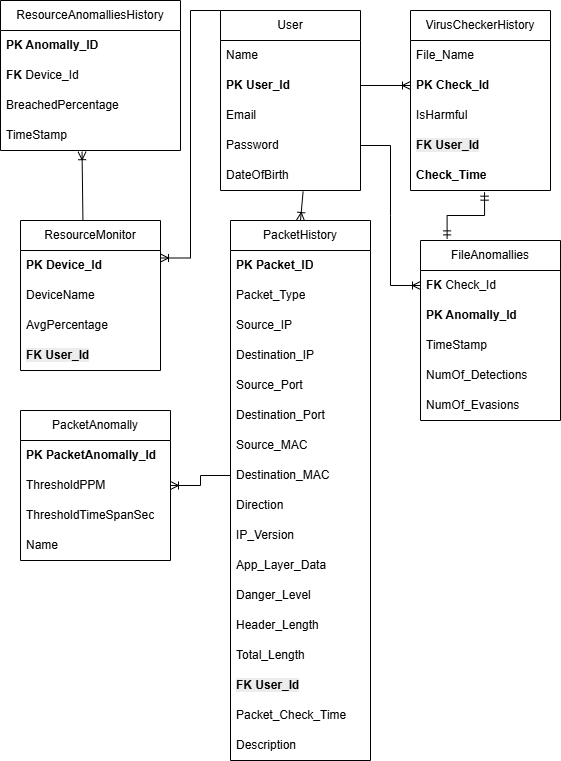
The draw.io diagram הפרוייקט/Recent ERD Diagram.drawio 2.png in EyasSh/WiresharkClone, before a commit. Source tidied: cells renumbered, new cells last; positions are measured from the earlier drawing's top-left corner, leaving out a move shared by most shapes. The source it was exported from:
```xml
<mxGraphModel>
  <root>
    <mxCell id="0" />
    <mxCell id="1" parent="0" />
    <mxCell id="2" value="ResourceMonitor" style="swimlane;fontStyle=0;horizontal=1;startSize=30;whiteSpace=wrap;html=1;" parent="1" vertex="1">
      <mxGeometry x="20" y="220" width="140" height="150" as="geometry" />
    </mxCell>
    <mxCell id="3" value="&lt;b&gt;PK Device_Id&lt;/b&gt;" style="text;strokeColor=none;fillColor=none;align=left;verticalAlign=middle;spacingLeft=4;spacingRight=4;overflow=hidden;whiteSpace=wrap;html=1;" parent="2" vertex="1">
      <mxGeometry y="30" width="140" height="30" as="geometry" />
    </mxCell>
    <mxCell id="4" value="DeviceName" style="text;strokeColor=none;fillColor=none;align=left;verticalAlign=middle;spacingLeft=4;spacingRight=4;overflow=hidden;whiteSpace=wrap;html=1;" parent="2" vertex="1">
      <mxGeometry y="60" width="140" height="30" as="geometry" />
    </mxCell>
    <mxCell id="5" value="AvgPercentage" style="text;strokeColor=none;fillColor=none;align=left;verticalAlign=middle;spacingLeft=4;spacingRight=4;overflow=hidden;whiteSpace=wrap;html=1;" parent="2" vertex="1">
      <mxGeometry y="90" width="140" height="30" as="geometry" />
    </mxCell>
    <mxCell id="6" value="&lt;b style=&quot;forced-color-adjust: none; color: rgb(0, 0, 0); font-family: Helvetica; font-size: 12px; font-style: normal; font-variant-ligatures: normal; font-variant-caps: normal; letter-spacing: normal; orphans: 2; text-align: left; text-indent: 0px; text-transform: none; widows: 2; word-spacing: 0px; -webkit-text-stroke-width: 0px; white-space: normal; background-color: rgb(236, 236, 236); text-decoration-thickness: initial; text-decoration-style: initial; text-decoration-color: initial;&quot;&gt;FK User_Id&lt;/b&gt;" style="text;strokeColor=none;fillColor=none;align=left;verticalAlign=middle;spacingLeft=4;spacingRight=4;overflow=hidden;whiteSpace=wrap;html=1;" parent="2" vertex="1">
      <mxGeometry y="120" width="140" height="30" as="geometry" />
    </mxCell>
    <mxCell id="7" value="User" style="swimlane;fontStyle=0;horizontal=1;startSize=30;whiteSpace=wrap;html=1;" parent="1" vertex="1">
      <mxGeometry x="220" y="10" width="140" height="180" as="geometry" />
    </mxCell>
    <mxCell id="8" value="Name" style="text;strokeColor=none;fillColor=none;align=left;verticalAlign=middle;spacingLeft=4;spacingRight=4;overflow=hidden;whiteSpace=wrap;html=1;" parent="7" vertex="1">
      <mxGeometry y="30" width="140" height="30" as="geometry" />
    </mxCell>
    <mxCell id="9" value="&lt;b&gt;PK User_Id&lt;/b&gt;" style="text;strokeColor=none;fillColor=none;align=left;verticalAlign=middle;spacingLeft=4;spacingRight=4;overflow=hidden;points=[[0,0.5],[1,0.5]];portConstraint=eastwest;whiteSpace=wrap;html=1;" parent="7" vertex="1">
      <mxGeometry y="60" width="140" height="30" as="geometry" />
    </mxCell>
    <mxCell id="10" value="Email" style="text;strokeColor=none;fillColor=none;align=left;verticalAlign=middle;spacingLeft=4;spacingRight=4;overflow=hidden;whiteSpace=wrap;html=1;" parent="7" vertex="1">
      <mxGeometry y="90" width="140" height="30" as="geometry" />
    </mxCell>
    <mxCell id="11" value="Password" style="text;strokeColor=none;fillColor=none;align=left;verticalAlign=middle;spacingLeft=4;spacingRight=4;overflow=hidden;points=[[0,0.5],[1,0.5]];portConstraint=eastwest;whiteSpace=wrap;html=1;" parent="7" vertex="1">
      <mxGeometry y="120" width="140" height="30" as="geometry" />
    </mxCell>
    <mxCell id="12" value="DateOfBirth" style="text;strokeColor=none;fillColor=none;align=left;verticalAlign=middle;spacingLeft=4;spacingRight=4;overflow=hidden;points=[[0,0.5],[1,0.5]];portConstraint=eastwest;whiteSpace=wrap;html=1;" parent="7" vertex="1">
      <mxGeometry y="150" width="140" height="30" as="geometry" />
    </mxCell>
    <mxCell id="13" value="VirusCheckerHistory" style="swimlane;fontStyle=0;horizontal=1;startSize=30;whiteSpace=wrap;html=1;" parent="1" vertex="1">
      <mxGeometry x="410" y="10" width="140" height="180" as="geometry" />
    </mxCell>
    <mxCell id="14" value="File_Name" style="text;strokeColor=none;fillColor=none;align=left;verticalAlign=middle;spacingLeft=4;spacingRight=4;overflow=hidden;whiteSpace=wrap;html=1;" parent="13" vertex="1">
      <mxGeometry y="30" width="140" height="30" as="geometry" />
    </mxCell>
    <mxCell id="15" value="&lt;b&gt;PK Check_Id&lt;/b&gt;" style="text;strokeColor=none;fillColor=none;align=left;verticalAlign=middle;spacingLeft=4;spacingRight=4;overflow=hidden;points=[[0,0.5],[1,0.5]];portConstraint=eastwest;whiteSpace=wrap;html=1;" parent="13" vertex="1">
      <mxGeometry y="60" width="140" height="30" as="geometry" />
    </mxCell>
    <mxCell id="16" value="IsHarmful" style="text;strokeColor=none;fillColor=none;align=left;verticalAlign=middle;spacingLeft=4;spacingRight=4;overflow=hidden;whiteSpace=wrap;html=1;" parent="13" vertex="1">
      <mxGeometry y="90" width="140" height="30" as="geometry" />
    </mxCell>
    <mxCell id="17" value="&lt;b style=&quot;forced-color-adjust: none; color: rgb(0, 0, 0); font-family: Helvetica; font-size: 12px; font-style: normal; font-variant-ligatures: normal; font-variant-caps: normal; letter-spacing: normal; orphans: 2; text-align: left; text-indent: 0px; text-transform: none; widows: 2; word-spacing: 0px; -webkit-text-stroke-width: 0px; white-space: normal; background-color: rgb(236, 236, 236); text-decoration-thickness: initial; text-decoration-style: initial; text-decoration-color: initial;&quot;&gt;FK User_Id&lt;/b&gt;" style="text;strokeColor=none;fillColor=none;align=left;verticalAlign=middle;spacingLeft=4;spacingRight=4;overflow=hidden;whiteSpace=wrap;html=1;" parent="13" vertex="1">
      <mxGeometry y="120" width="140" height="30" as="geometry" />
    </mxCell>
    <mxCell id="18" value="&lt;b&gt;Check_Time&lt;/b&gt;" style="text;strokeColor=none;fillColor=none;align=left;verticalAlign=middle;spacingLeft=4;spacingRight=4;overflow=hidden;points=[[0,0.5],[1,0.5]];portConstraint=eastwest;whiteSpace=wrap;html=1;" parent="13" vertex="1">
      <mxGeometry y="150" width="140" height="30" as="geometry" />
    </mxCell>
    <mxCell id="19" value="PacketHistory" style="swimlane;fontStyle=0;horizontal=1;startSize=30;whiteSpace=wrap;html=1;" parent="1" vertex="1">
      <mxGeometry x="230" y="220" width="140" height="540" as="geometry" />
    </mxCell>
    <mxCell id="20" value="&lt;b&gt;PK Packet_ID&lt;/b&gt;" style="text;strokeColor=none;fillColor=none;align=left;verticalAlign=middle;spacingLeft=4;spacingRight=4;overflow=hidden;whiteSpace=wrap;html=1;" parent="19" vertex="1">
      <mxGeometry y="30" width="140" height="30" as="geometry" />
    </mxCell>
    <mxCell id="21" value="Packet_Type" style="text;strokeColor=none;fillColor=none;align=left;verticalAlign=middle;spacingLeft=4;spacingRight=4;overflow=hidden;whiteSpace=wrap;html=1;" parent="19" vertex="1">
      <mxGeometry y="60" width="140" height="30" as="geometry" />
    </mxCell>
    <mxCell id="22" value="Source_IP" style="text;strokeColor=none;fillColor=none;align=left;verticalAlign=middle;spacingLeft=4;spacingRight=4;overflow=hidden;whiteSpace=wrap;html=1;" parent="19" vertex="1">
      <mxGeometry y="90" width="140" height="30" as="geometry" />
    </mxCell>
    <mxCell id="23" value="Destination_IP" style="text;strokeColor=none;fillColor=none;align=left;verticalAlign=middle;spacingLeft=4;spacingRight=4;overflow=hidden;whiteSpace=wrap;html=1;" parent="19" vertex="1">
      <mxGeometry y="120" width="140" height="30" as="geometry" />
    </mxCell>
    <mxCell id="24" value="Source_Port" style="text;strokeColor=none;fillColor=none;align=left;verticalAlign=middle;spacingLeft=4;spacingRight=4;overflow=hidden;whiteSpace=wrap;html=1;" parent="19" vertex="1">
      <mxGeometry y="150" width="140" height="30" as="geometry" />
    </mxCell>
    <mxCell id="25" value="Destination_Port" style="text;strokeColor=none;fillColor=none;align=left;verticalAlign=middle;spacingLeft=4;spacingRight=4;overflow=hidden;whiteSpace=wrap;html=1;" parent="19" vertex="1">
      <mxGeometry y="180" width="140" height="30" as="geometry" />
    </mxCell>
    <mxCell id="26" value="Source_MAC" style="text;strokeColor=none;fillColor=none;align=left;verticalAlign=middle;spacingLeft=4;spacingRight=4;overflow=hidden;whiteSpace=wrap;html=1;" parent="19" vertex="1">
      <mxGeometry y="210" width="140" height="30" as="geometry" />
    </mxCell>
    <mxCell id="27" value="&lt;span style=&quot;color: rgba(0, 0, 0, 0); font-family: monospace; font-size: 0px; text-wrap-mode: nowrap;&quot;&gt;%3CmxGraphModel%3E%3Croot%3E%3CmxCell%20id%3D%220%22%2F%3E%3CmxCell%20id%3D%221%22%20parent%3D%220%22%2F%3E%3CmxCell%20id%3D%222%22%20value%3D%22Source_MAC%22%20style%3D%22text%3BstrokeColor%3Dnone%3BfillColor%3Dnone%3Balign%3Dleft%3BverticalAlign%3Dmiddle%3BspacingLeft%3D4%3BspacingRight%3D4%3Boverflow%3Dhidden%3Bpoints%3D%5B%5B0%2C0.5%5D%2C%5B1%2C0.5%5D%5D%3BportConstraint%3Deastwest%3Brotatable%3D0%3BwhiteSpace%3Dwrap%3Bhtml%3D1%3B%22%20vertex%3D%221%22%20parent%3D%221%22%3E%3CmxGeometry%20x%3D%2230%22%20y%3D%22440%22%20width%3D%22140%22%20height%3D%2230%22%20as%3D%22geometry%22%2F%3E%3C%2FmxCell%3E%3C%2Froot%3E%3C%2FmxGraphModel%3E&lt;/span&gt;Destination_MAC" style="text;strokeColor=none;fillColor=none;align=left;verticalAlign=middle;spacingLeft=4;spacingRight=4;overflow=hidden;points=[[0,0.5],[1,0.5]];portConstraint=eastwest;whiteSpace=wrap;html=1;" parent="19" vertex="1">
      <mxGeometry y="240" width="140" height="30" as="geometry" />
    </mxCell>
    <mxCell id="28" value="Direction" style="text;strokeColor=none;fillColor=none;align=left;verticalAlign=middle;spacingLeft=4;spacingRight=4;overflow=hidden;whiteSpace=wrap;html=1;" parent="19" vertex="1">
      <mxGeometry y="270" width="140" height="30" as="geometry" />
    </mxCell>
    <mxCell id="29" value="IP_Version" style="text;strokeColor=none;fillColor=none;align=left;verticalAlign=middle;spacingLeft=4;spacingRight=4;overflow=hidden;whiteSpace=wrap;html=1;" parent="19" vertex="1">
      <mxGeometry y="300" width="140" height="30" as="geometry" />
    </mxCell>
    <mxCell id="30" value="App_Layer_Data" style="text;strokeColor=none;fillColor=none;align=left;verticalAlign=middle;spacingLeft=4;spacingRight=4;overflow=hidden;whiteSpace=wrap;html=1;" parent="19" vertex="1">
      <mxGeometry y="330" width="140" height="30" as="geometry" />
    </mxCell>
    <mxCell id="31" value="Danger_Level" style="text;strokeColor=none;fillColor=none;align=left;verticalAlign=middle;spacingLeft=4;spacingRight=4;overflow=hidden;whiteSpace=wrap;html=1;" parent="19" vertex="1">
      <mxGeometry y="360" width="140" height="30" as="geometry" />
    </mxCell>
    <mxCell id="32" value="Header_Length" style="text;strokeColor=none;fillColor=none;align=left;verticalAlign=middle;spacingLeft=4;spacingRight=4;overflow=hidden;whiteSpace=wrap;html=1;" parent="19" vertex="1">
      <mxGeometry y="390" width="140" height="30" as="geometry" />
    </mxCell>
    <mxCell id="33" value="Total_Length" style="text;strokeColor=none;fillColor=none;align=left;verticalAlign=middle;spacingLeft=4;spacingRight=4;overflow=hidden;whiteSpace=wrap;html=1;" parent="19" vertex="1">
      <mxGeometry y="420" width="140" height="30" as="geometry" />
    </mxCell>
    <mxCell id="34" value="&lt;b style=&quot;forced-color-adjust: none; color: rgb(0, 0, 0); font-family: Helvetica; font-size: 12px; font-style: normal; font-variant-ligatures: normal; font-variant-caps: normal; letter-spacing: normal; orphans: 2; text-align: left; text-indent: 0px; text-transform: none; widows: 2; word-spacing: 0px; -webkit-text-stroke-width: 0px; white-space: normal; background-color: rgb(236, 236, 236); text-decoration-thickness: initial; text-decoration-style: initial; text-decoration-color: initial;&quot;&gt;FK User_Id&lt;/b&gt;" style="text;strokeColor=none;fillColor=none;align=left;verticalAlign=middle;spacingLeft=4;spacingRight=4;overflow=hidden;whiteSpace=wrap;html=1;" parent="19" vertex="1">
      <mxGeometry y="450" width="140" height="30" as="geometry" />
    </mxCell>
    <mxCell id="35" value="Packet_Check_Time" style="text;strokeColor=none;fillColor=none;align=left;verticalAlign=middle;spacingLeft=4;spacingRight=4;overflow=hidden;whiteSpace=wrap;html=1;" parent="19" vertex="1">
      <mxGeometry y="480" width="140" height="30" as="geometry" />
    </mxCell>
    <mxCell id="36" value="Description" style="text;strokeColor=none;fillColor=none;align=left;verticalAlign=middle;spacingLeft=4;spacingRight=4;overflow=hidden;whiteSpace=wrap;html=1;" parent="19" vertex="1">
      <mxGeometry y="510" width="140" height="30" as="geometry" />
    </mxCell>
    <mxCell id="37" value="PacketAnomally" style="swimlane;fontStyle=0;horizontal=1;startSize=30;whiteSpace=wrap;html=1;" parent="1" vertex="1">
      <mxGeometry x="20" y="410" width="150" height="150" as="geometry" />
    </mxCell>
    <mxCell id="38" value="&lt;b&gt;PK PacketAnomally_Id&lt;/b&gt;" style="text;strokeColor=none;fillColor=none;align=left;verticalAlign=middle;spacingLeft=4;spacingRight=4;overflow=hidden;whiteSpace=wrap;html=1;" parent="37" vertex="1">
      <mxGeometry y="30" width="150" height="30" as="geometry" />
    </mxCell>
    <mxCell id="39" value="ThresholdPPM" style="text;strokeColor=none;fillColor=none;align=left;verticalAlign=middle;spacingLeft=4;spacingRight=4;overflow=hidden;points=[[0,0.5],[1,0.5]];portConstraint=eastwest;whiteSpace=wrap;html=1;" parent="37" vertex="1">
      <mxGeometry y="60" width="150" height="30" as="geometry" />
    </mxCell>
    <mxCell id="40" value="ThresholdTimeSpanSec" style="text;strokeColor=none;fillColor=none;align=left;verticalAlign=middle;spacingLeft=4;spacingRight=4;overflow=hidden;whiteSpace=wrap;html=1;" parent="37" vertex="1">
      <mxGeometry y="90" width="150" height="30" as="geometry" />
    </mxCell>
    <mxCell id="41" value="Name" style="text;strokeColor=none;fillColor=none;align=left;verticalAlign=middle;spacingLeft=4;spacingRight=4;overflow=hidden;whiteSpace=wrap;html=1;" parent="37" vertex="1">
      <mxGeometry y="120" width="150" height="30" as="geometry" />
    </mxCell>
    <mxCell id="42" value="FileAnomallies" style="swimlane;fontStyle=0;horizontal=1;startSize=30;whiteSpace=wrap;html=1;" parent="1" vertex="1">
      <mxGeometry x="420" y="240" width="140" height="180" as="geometry" />
    </mxCell>
    <mxCell id="43" value="&lt;b&gt;FK&amp;nbsp;&lt;/b&gt;Check_Id" style="text;strokeColor=none;fillColor=none;align=left;verticalAlign=middle;spacingLeft=4;spacingRight=4;overflow=hidden;points=[[0,0.5],[1,0.5]];portConstraint=eastwest;whiteSpace=wrap;html=1;" parent="42" vertex="1">
      <mxGeometry y="30" width="140" height="30" as="geometry" />
    </mxCell>
    <mxCell id="44" value="&lt;b&gt;PK&amp;nbsp;Anomally_Id&lt;/b&gt;" style="text;strokeColor=none;fillColor=none;align=left;verticalAlign=middle;spacingLeft=4;spacingRight=4;overflow=hidden;whiteSpace=wrap;html=1;" parent="42" vertex="1">
      <mxGeometry y="60" width="140" height="30" as="geometry" />
    </mxCell>
    <mxCell id="45" value="TimeStamp" style="text;strokeColor=none;fillColor=none;align=left;verticalAlign=middle;spacingLeft=4;spacingRight=4;overflow=hidden;whiteSpace=wrap;html=1;" parent="42" vertex="1">
      <mxGeometry y="90" width="140" height="30" as="geometry" />
    </mxCell>
    <mxCell id="46" value="NumOf_Detections" style="text;strokeColor=none;fillColor=none;align=left;verticalAlign=middle;spacingLeft=4;spacingRight=4;overflow=hidden;whiteSpace=wrap;html=1;" parent="42" vertex="1">
      <mxGeometry y="120" width="140" height="30" as="geometry" />
    </mxCell>
    <mxCell id="47" value="NumOf_Evasions" style="text;strokeColor=none;fillColor=none;align=left;verticalAlign=middle;spacingLeft=4;spacingRight=4;overflow=hidden;whiteSpace=wrap;html=1;" parent="42" vertex="1">
      <mxGeometry y="150" width="140" height="30" as="geometry" />
    </mxCell>
    <mxCell id="48" value="&lt;font&gt;ResourceAnomalliesHistory&lt;/font&gt;" style="swimlane;fontStyle=0;horizontal=1;startSize=30;whiteSpace=wrap;html=1;" parent="1" vertex="1">
      <mxGeometry width="180" height="150" as="geometry" />
    </mxCell>
    <mxCell id="49" value="&lt;b&gt;PK&amp;nbsp;Anomally_ID&lt;/b&gt;" style="text;strokeColor=none;fillColor=none;align=left;verticalAlign=middle;spacingLeft=4;spacingRight=4;overflow=hidden;whiteSpace=wrap;html=1;" parent="48" vertex="1">
      <mxGeometry y="30" width="180" height="30" as="geometry" />
    </mxCell>
    <mxCell id="50" value="&lt;b&gt;FK &lt;/b&gt;Device_Id" style="text;strokeColor=none;fillColor=none;align=left;verticalAlign=middle;spacingLeft=4;spacingRight=4;overflow=hidden;whiteSpace=wrap;html=1;" parent="48" vertex="1">
      <mxGeometry y="60" width="180" height="30" as="geometry" />
    </mxCell>
    <mxCell id="51" value="BreachedPercentage" style="text;strokeColor=none;fillColor=none;align=left;verticalAlign=middle;spacingLeft=4;spacingRight=4;overflow=hidden;whiteSpace=wrap;html=1;" parent="48" vertex="1">
      <mxGeometry y="90" width="180" height="30" as="geometry" />
    </mxCell>
    <mxCell id="52" value="TimeStamp" style="text;strokeColor=none;fillColor=none;align=left;verticalAlign=middle;spacingLeft=4;spacingRight=4;overflow=hidden;points=[[0,0.5],[1,0.5]];portConstraint=eastwest;whiteSpace=wrap;html=1;" parent="48" vertex="1">
      <mxGeometry y="120" width="180" height="30" as="geometry" />
    </mxCell>
    <mxCell id="53" style="edgeStyle=elbowEdgeStyle;fontSize=12;html=1;endArrow=ERmandOne;startArrow=ERmandOne;rounded=0;entryX=0.529;entryY=1.056;entryDx=0;entryDy=0;elbow=vertical;exitX=0.19;exitY=-0.009;exitDx=0;exitDy=0;exitPerimeter=0;entryPerimeter=0;" parent="1" edge="1" source="42" target="18">
      <mxGeometry relative="1" as="geometry" />
    </mxCell>
    <mxCell id="54" style="edgeStyle=entityRelationEdgeStyle;fontSize=12;html=1;endArrow=ERoneToMany;rounded=0;exitX=0;exitY=0;exitDx=0;exitDy=0;entryX=1;entryY=0.25;entryDx=0;entryDy=0;" parent="1" edge="1" source="7" target="2">
      <mxGeometry relative="1" as="geometry" />
    </mxCell>
    <mxCell id="55" style="fontSize=12;html=1;endArrow=ERoneToMany;rounded=0;exitX=0.59;exitY=1.033;exitDx=0;exitDy=0;entryX=0.5;entryY=0;entryDx=0;entryDy=0;exitPerimeter=0;" parent="1" edge="1" source="12" target="19">
      <mxGeometry relative="1" as="geometry" />
    </mxCell>
    <mxCell id="56" style="edgeStyle=entityRelationEdgeStyle;fontSize=12;html=1;endArrow=ERoneToMany;rounded=0;exitX=1;exitY=0.5;exitDx=0;exitDy=0;entryX=0;entryY=0.5;entryDx=0;entryDy=0;" parent="1" edge="1" source="11" target="43">
      <mxGeometry relative="1" as="geometry" />
    </mxCell>
    <mxCell id="57" style="edgeStyle=entityRelationEdgeStyle;fontSize=12;html=1;endArrow=ERoneToMany;rounded=0;entryX=1;entryY=0.5;entryDx=0;entryDy=0;exitX=0;exitY=0.5;exitDx=0;exitDy=0;" parent="1" edge="1" source="27" target="39">
      <mxGeometry relative="1" as="geometry" />
    </mxCell>
    <mxCell id="58" style="edgeStyle=entityRelationEdgeStyle;fontSize=12;html=1;endArrow=ERoneToMany;rounded=0;exitX=1;exitY=0.5;exitDx=0;exitDy=0;entryX=0;entryY=0.5;entryDx=0;entryDy=0;" parent="1" edge="1" source="9" target="15">
      <mxGeometry relative="1" as="geometry" />
    </mxCell>
    <mxCell id="59" style="fontSize=12;html=1;endArrow=ERoneToMany;rounded=0;entryX=0.453;entryY=1.04;entryDx=0;entryDy=0;entryPerimeter=0;exitX=0.446;exitY=0;exitDx=0;exitDy=0;exitPerimeter=0;" parent="1" edge="1" source="2" target="52">
      <mxGeometry relative="1" as="geometry" />
    </mxCell>
  </root>
</mxGraphModel>
```
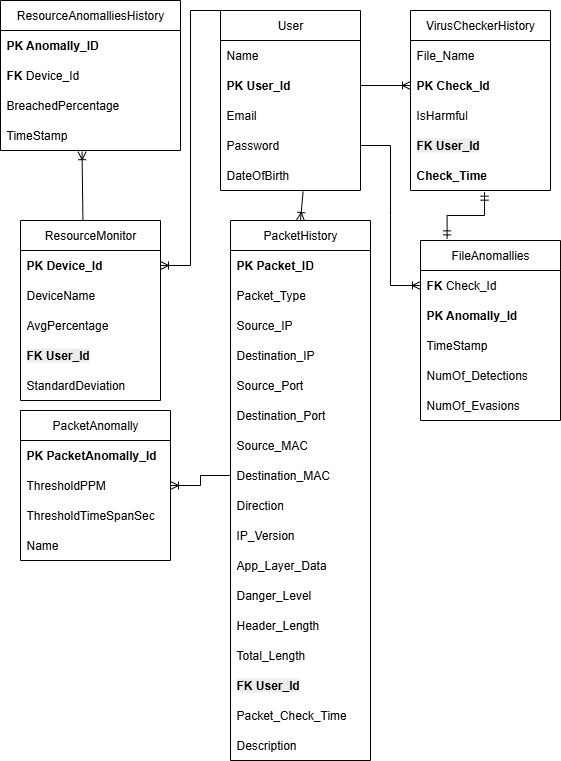
After the commit.

What changed in the source:
```diff
@@ -3,7 +3,7 @@
     <mxCell id="0" />
     <mxCell id="1" parent="0" />
     <mxCell id="2" value="ResourceMonitor" style="swimlane;fontStyle=0;horizontal=1;startSize=30;whiteSpace=wrap;html=1;" parent="1" vertex="1">
-      <mxGeometry x="20" y="220" width="140" height="150" as="geometry" />
+      <mxGeometry x="20" y="220" width="140" height="180" as="geometry" />
     </mxCell>
     <mxCell id="3" value="&lt;b&gt;PK Device_Id&lt;/b&gt;" style="text;strokeColor=none;fillColor=none;align=left;verticalAlign=middle;spacingLeft=4;spacingRight=4;overflow=hidden;whiteSpace=wrap;html=1;" parent="2" vertex="1">
       <mxGeometry y="30" width="140" height="30" as="geometry" />
@@ -17,6 +17,9 @@
     <mxCell id="6" value="&lt;b style=&quot;forced-color-adjust: none; color: rgb(0, 0, 0); font-family: Helvetica; font-size: 12px; font-style: normal; font-variant-ligatures: normal; font-variant-caps: normal; letter-spacing: normal; orphans: 2; text-align: left; text-indent: 0px; text-transform: none; widows: 2; word-spacing: 0px; -webkit-text-stroke-width: 0px; white-space: normal; background-color: rgb(236, 236, 236); text-decoration-thickness: initial; text-decoration-style: initial; text-decoration-color: initial;&quot;&gt;FK User_Id&lt;/b&gt;" style="text;strokeColor=none;fillColor=none;align=left;verticalAlign=middle;spacingLeft=4;spacingRight=4;overflow=hidden;whiteSpace=wrap;html=1;" parent="2" vertex="1">
       <mxGeometry y="120" width="140" height="30" as="geometry" />
     </mxCell>
+    <mxCell id="60" value="StandardDeviation" style="text;strokeColor=none;fillColor=none;align=left;verticalAlign=middle;spacingLeft=4;spacingRight=4;overflow=hidden;whiteSpace=wrap;html=1;" parent="2" vertex="1">
+      <mxGeometry y="150" width="140" height="30" as="geometry" />
+    </mxCell>
     <mxCell id="7" value="User" style="swimlane;fontStyle=0;horizontal=1;startSize=30;whiteSpace=wrap;html=1;" parent="1" vertex="1">
       <mxGeometry x="220" y="10" width="140" height="180" as="geometry" />
     </mxCell>
```
